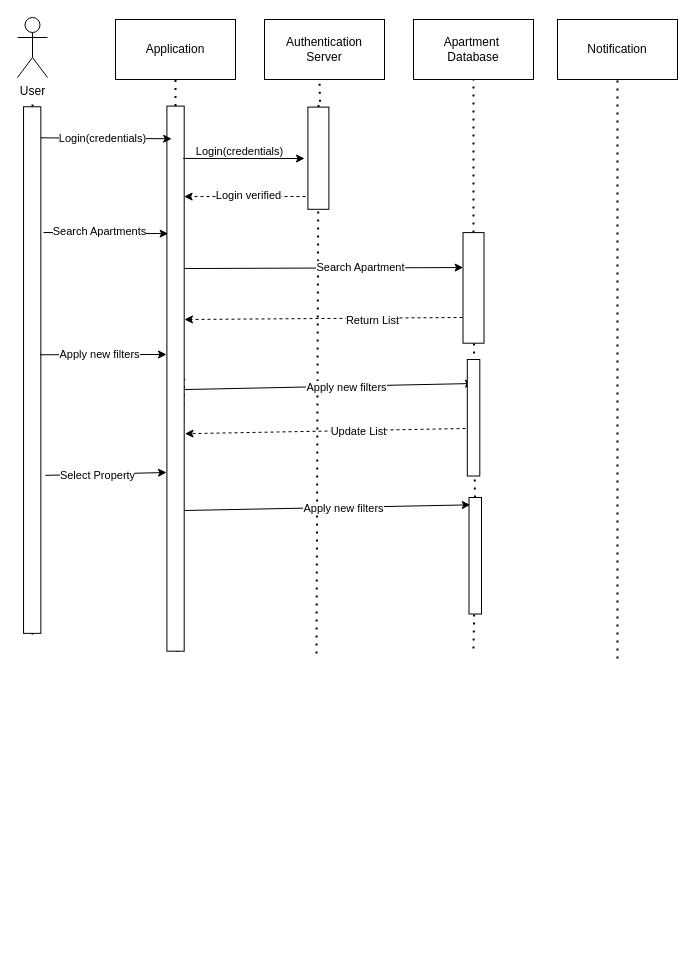
Above: page "Page-7" (7 of 7) of Untitled Diagram.drawio in VinaiRamadhin/COMP2606A1 (draw.io), before the change. Source tidied: cells renumbered, new cells numbered last; positions are measured from the earlier drawing's top-left corner, leaving out a move shared by most shapes. Both pictures are drawn from the tidied source at 100%, with x=0, y=0 at pixel (-232, 17).
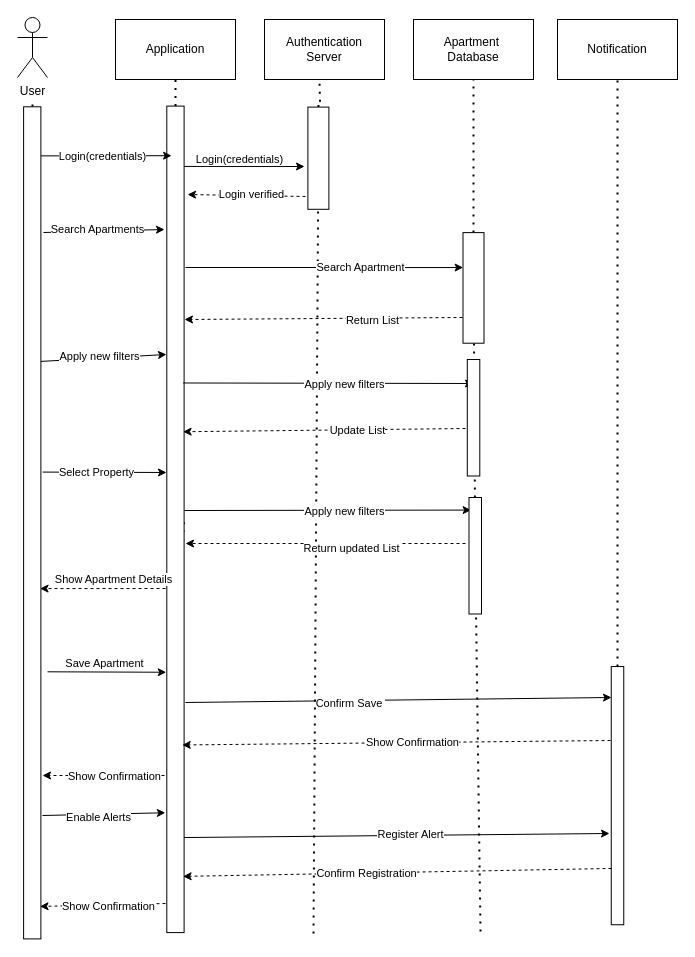
The same page after the edit.

Unchanged cells that the change refers to:
```xml
<mxCell id="6" value="Notification" style="rounded=0;whiteSpace=wrap;html=1;" parent="1" vertex="1">
  <mxGeometry x="789" y="2" width="120" height="60" as="geometry" />
</mxCell>
<mxCell id="17" style="rounded=0;whiteSpace=wrap;html=1;rotation=-90;" parent="1" vertex="1">
  <mxGeometry x="498.8" y="130.2" width="102.2" height="21" as="geometry" />
</mxCell>
<mxCell id="19" style="rounded=0;whiteSpace=wrap;html=1;rotation=-90;" parent="1" vertex="1">
  <mxGeometry x="649.7" y="259.9" width="110.6" height="21" as="geometry" />
</mxCell>
<mxCell id="44" style="rounded=0;whiteSpace=wrap;html=1;rotation=-90;" parent="1" vertex="1">
  <mxGeometry x="648.5" y="532" width="116.5" height="12.5" as="geometry" />
</mxCell>
```

The edit, as a diff of the source:
```diff
@@
-    <mxCell id="10" style="endArrow=none;dashed=1;html=1;dashPattern=1 3;strokeWidth=2;rounded=0;entryX=0.5;entryY=1;entryDx=0;entryDy=0;" parent="1" edge="1" target="6">
-      <mxGeometry relative="1" as="geometry">
-        <mxPoint x="849" y="641" as="sourcePoint" />
-      </mxGeometry>
+    <mxCell id="10" style="endArrow=none;dashed=1;html=1;dashPattern=1 3;strokeWidth=2;rounded=0;entryX=0.5;entryY=1;entryDx=0;entryDy=0;" parent="1" edge="1" source="52" target="6">
+      <mxGeometry relative="1" as="geometry" />
     </mxCell>
@@
     <mxCell id="12" style="rounded=0;whiteSpace=wrap;html=1;rotation=-90;" parent="1" vertex="1">
-      <mxGeometry x="0.4" y="343.9" width="526.6" height="17.3" as="geometry" />
+      <mxGeometry x="-152.3" y="496.7" width="832.1" height="17.3" as="geometry" />
     </mxCell>
@@
     <mxCell id="14" style="rounded=0;whiteSpace=wrap;html=1;rotation=-90;" parent="1" vertex="1">
-      <mxGeometry x="134.5" y="352.5" width="545.1" height="17.3" as="geometry" />
+      <mxGeometry x="-6.3" y="493.2" width="826.5" height="17.3" as="geometry" />
     </mxCell>
@@
     <mxCell id="16" style="endArrow=none;dashed=1;html=1;dashPattern=1 3;strokeWidth=2;rounded=0;" parent="1" edge="1" target="17">
       <mxGeometry relative="1" as="geometry">
-        <mxPoint x="548" y="636" as="sourcePoint" />
+        <mxPoint x="545" y="916" as="sourcePoint" />
       </mxGeometry>
     </mxCell>
@@
-    <mxCell id="22" style="endArrow=classic;html=1;rounded=0;exitX=0.904;exitY=0.943;exitDx=0;exitDy=0;exitPerimeter=0;" parent="1" edge="1" source="14">
+    <mxCell id="22" style="endArrow=classic;html=1;rounded=0;exitX=0.927;exitY=0.994;exitDx=0;exitDy=0;exitPerimeter=0;" parent="1" edge="1" source="14">
       <mxGeometry relative="1" as="geometry">
-        <mxPoint x="536" y="141" as="targetPoint" />
+        <mxPoint x="536" y="149" as="targetPoint" />
       </mxGeometry>
     </mxCell>
@@
-    <mxCell id="24" style="html=1;labelBackgroundColor=#ffffff;startArrow=none;startFill=0;startSize=6;endArrow=classic;endFill=1;endSize=6;jettySize=auto;strokeWidth=1;dashed=1;fontSize=14;rounded=0;entryX=0.834;entryY=0.994;entryDx=0;entryDy=0;entryPerimeter=0;" parent="1" edge="1" target="14">
+    <mxCell id="24" style="html=1;labelBackgroundColor=#ffffff;startArrow=none;startFill=0;startSize=6;endArrow=classic;endFill=1;endSize=6;jettySize=auto;strokeWidth=1;dashed=1;fontSize=14;rounded=0;entryX=0.893;entryY=1.2;entryDx=0;entryDy=0;entryPerimeter=0;" parent="1" edge="1" target="14">
       <mxGeometry relative="1" as="geometry">
         <mxPoint x="537" y="179" as="sourcePoint" />
       </mxGeometry>
     </mxCell>
@@
-    <mxCell id="26" style="endArrow=classic;html=1;rounded=0;entryX=0.766;entryY=0.07;entryDx=0;entryDy=0;entryPerimeter=0;" parent="1" edge="1" target="14">
+    <mxCell id="26" style="endArrow=classic;html=1;rounded=0;" parent="1" edge="1">
       <mxGeometry relative="1" as="geometry">
         <mxPoint x="275" y="215" as="sourcePoint" />
+        <mxPoint x="396" y="212" as="targetPoint" />
       </mxGeometry>
     </mxCell>
@@
-    <mxCell id="28" style="endArrow=classic;html=1;rounded=0;exitX=0.702;exitY=0.994;exitDx=0;exitDy=0;exitPerimeter=0;entryX=0.684;entryY=0.007;entryDx=0;entryDy=0;entryPerimeter=0;" parent="1" edge="1" source="14" target="19">
-      <mxGeometry relative="1" as="geometry" />
+    <mxCell id="28" style="endArrow=classic;html=1;rounded=0;entryX=0.684;entryY=0.007;entryDx=0;entryDy=0;entryPerimeter=0;" parent="1" edge="1" target="19">
+      <mxGeometry relative="1" as="geometry">
+        <mxPoint x="417" y="250" as="sourcePoint" />
+      </mxGeometry>
     </mxCell>
@@
-    <mxCell id="32" style="endArrow=classic;html=1;rounded=0;exitX=0.529;exitY=0.949;exitDx=0;exitDy=0;exitPerimeter=0;" parent="1" edge="1" source="12">
+    <mxCell id="32" style="endArrow=classic;html=1;rounded=0;exitX=0.694;exitY=1.001;exitDx=0;exitDy=0;exitPerimeter=0;" parent="1" edge="1" source="12">
       <mxGeometry relative="1" as="geometry">
         <mxPoint x="398" y="337" as="targetPoint" />
       </mxGeometry>
     </mxCell>
@@
-    <mxCell id="34" style="endArrow=classic;html=1;rounded=0;exitX=0.48;exitY=1.02;exitDx=0;exitDy=0;exitPerimeter=0;" parent="1" edge="1" source="14">
+    <mxCell id="34" style="endArrow=classic;html=1;rounded=0;exitX=0.665;exitY=0.943;exitDx=0;exitDy=0;exitPerimeter=0;" parent="1" edge="1" source="14">
       <mxGeometry relative="1" as="geometry">
         <mxPoint x="705" y="366" as="targetPoint" />
       </mxGeometry>
     </mxCell>
@@
-    <mxCell id="37" style="html=1;labelBackgroundColor=#ffffff;startArrow=none;startFill=0;startSize=6;endArrow=classic;endFill=1;endSize=6;jettySize=auto;strokeWidth=1;dashed=1;fontSize=14;rounded=0;entryX=0.399;entryY=1.046;entryDx=0;entryDy=0;entryPerimeter=0;" parent="1" edge="1" target="14">
+    <mxCell id="37" style="html=1;labelBackgroundColor=#ffffff;startArrow=none;startFill=0;startSize=6;endArrow=classic;endFill=1;endSize=6;jettySize=auto;strokeWidth=1;dashed=1;fontSize=14;rounded=0;entryX=0.606;entryY=0.943;entryDx=0;entryDy=0;entryPerimeter=0;" parent="1" edge="1" target="14">
       <mxGeometry relative="1" as="geometry">
         <mxPoint x="697" y="411" as="sourcePoint" />
       </mxGeometry>
     </mxCell>
@@
-    <mxCell id="39" style="endArrow=classic;html=1;rounded=0;exitX=0.3;exitY=1.258;exitDx=0;exitDy=0;exitPerimeter=0;" parent="1" edge="1" source="12">
+    <mxCell id="39" style="endArrow=classic;html=1;rounded=0;exitX=0.561;exitY=1.103;exitDx=0;exitDy=0;exitPerimeter=0;" parent="1" edge="1" source="12">
       <mxGeometry relative="1" as="geometry">
         <mxPoint x="398" y="455" as="targetPoint" />
       </mxGeometry>
     </mxCell>
@@
-    <mxCell id="41" style="endArrow=classic;html=1;rounded=0;exitX=0.48;exitY=1.02;exitDx=0;exitDy=0;exitPerimeter=0;entryX=0.937;entryY=0.102;entryDx=0;entryDy=0;entryPerimeter=0;" parent="1" edge="1" target="44">
+    <mxCell id="41" style="endArrow=classic;html=1;rounded=0;exitX=0.48;exitY=1.02;exitDx=0;exitDy=0;exitPerimeter=0;entryX=0.892;entryY=0.172;entryDx=0;entryDy=0;entryPerimeter=0;" parent="1" edge="1" target="44">
       <mxGeometry relative="1" as="geometry">
         <mxPoint x="416" y="493" as="sourcePoint" />
       </mxGeometry>
     </mxCell>
@@
     <mxCell id="43" style="endArrow=none;dashed=1;html=1;dashPattern=1 3;strokeWidth=2;rounded=0;" parent="1" edge="1" target="44">
       <mxGeometry relative="1" as="geometry">
-        <mxPoint x="705" y="631" as="sourcePoint" />
+        <mxPoint x="712" y="914" as="sourcePoint" />
       </mxGeometry>
     </mxCell>
@@
+    <mxCell id="45" style="html=1;labelBackgroundColor=#ffffff;startArrow=none;startFill=0;startSize=6;endArrow=classic;endFill=1;endSize=6;jettySize=auto;orthogonalLoop=1;strokeWidth=1;dashed=1;fontSize=14;rounded=0;" parent="1" edge="1">
+      <mxGeometry relative="1" as="geometry">
+        <mxPoint x="697" y="526" as="sourcePoint" />
+        <mxPoint x="417" y="526" as="targetPoint" />
+      </mxGeometry>
+    </mxCell>
+    <mxCell id="46" value="Return updated List" style="edgeLabel;html=1;align=center;verticalAlign=middle;" parent="45" vertex="1">
+      <mxGeometry x="-0.18" y="4" relative="1" as="geometry" />
+    </mxCell>
+    <mxCell id="47" style="html=1;labelBackgroundColor=#ffffff;startArrow=none;startFill=0;startSize=6;endArrow=classic;endFill=1;endSize=6;jettySize=auto;strokeWidth=1;dashed=1;fontSize=14;rounded=0;entryX=0.421;entryY=0.949;entryDx=0;entryDy=0;entryPerimeter=0;" parent="1" edge="1" target="12">
+      <mxGeometry relative="1" as="geometry">
+        <mxPoint x="397" y="571" as="sourcePoint" />
+      </mxGeometry>
+    </mxCell>
+    <mxCell id="48" value="Show Apartment Details" style="edgeLabel;html=1;align=center;verticalAlign=middle;" parent="47" vertex="1">
+      <mxGeometry x="-0.15" y="2" relative="1" as="geometry">
+        <mxPoint y="-12" as="offset" />
+      </mxGeometry>
+    </mxCell>
+    <mxCell id="49" style="endArrow=classic;html=1;rounded=0;exitX=0.321;exitY=1.155;exitDx=0;exitDy=0;exitPerimeter=0;entryX=0.315;entryY=-0.033;entryDx=0;entryDy=0;entryPerimeter=0;" parent="1" edge="1" target="14">
+      <mxGeometry relative="1" as="geometry">
+        <mxPoint x="279" y="654.3" as="sourcePoint" />
+      </mxGeometry>
+    </mxCell>
+    <mxCell id="50" value="Save Apartment" style="edgeLabel;html=1;align=center;verticalAlign=middle;" parent="49" vertex="1">
+      <mxGeometry x="0.35" y="1" relative="1" as="geometry">
+        <mxPoint x="-24" y="-8" as="offset" />
+      </mxGeometry>
+    </mxCell>
+    <mxCell id="51" style="endArrow=none;dashed=1;html=1;dashPattern=1 3;strokeWidth=2;rounded=0;" parent="1" edge="1">
+      <mxGeometry relative="1" as="geometry">
+        <mxPoint x="852" y="900" as="sourcePoint" />
+        <mxPoint x="849" y="707" as="targetPoint" />
+      </mxGeometry>
+    </mxCell>
+    <mxCell id="52" style="rounded=0;whiteSpace=wrap;html=1;rotation=-90;" parent="1" vertex="1">
+      <mxGeometry x="719.9" y="771.9" width="258.2" height="12.5" as="geometry" />
+    </mxCell>
+    <mxCell id="53" style="endArrow=classic;html=1;rounded=0;" parent="1" edge="1">
+      <mxGeometry relative="1" as="geometry">
+        <mxPoint x="417" y="685" as="sourcePoint" />
+        <mxPoint x="843" y="680" as="targetPoint" />
+      </mxGeometry>
+    </mxCell>
+    <mxCell id="54" value="Confirm Save&amp;nbsp;" style="edgeLabel;html=1;align=center;verticalAlign=middle;" parent="53" vertex="1">
+      <mxGeometry x="-0.23" y="-2" relative="1" as="geometry" />
+    </mxCell>
+    <mxCell id="55" style="html=1;labelBackgroundColor=#ffffff;startArrow=none;startFill=0;startSize=6;endArrow=classic;endFill=1;endSize=6;jettySize=auto;strokeWidth=1;dashed=1;fontSize=14;rounded=0;entryX=0.227;entryY=0.892;entryDx=0;entryDy=0;entryPerimeter=0;" parent="1" edge="1" target="14">
+      <mxGeometry relative="1" as="geometry">
+        <mxPoint x="842" y="723" as="sourcePoint" />
+      </mxGeometry>
+    </mxCell>
+    <mxCell id="56" value="Show Confirmation" style="edgeLabel;html=1;align=center;verticalAlign=middle;" parent="55" vertex="1">
+      <mxGeometry x="-0.07" y="-1" relative="1" as="geometry" />
+    </mxCell>
+    <mxCell id="57" style="html=1;labelBackgroundColor=#ffffff;startArrow=none;startFill=0;startSize=6;endArrow=classic;endFill=1;endSize=6;jettySize=auto;orthogonalLoop=1;strokeWidth=1;dashed=1;fontSize=14;rounded=0;" parent="1" edge="1">
+      <mxGeometry relative="1" as="geometry">
+        <mxPoint x="396" y="758" as="sourcePoint" />
+        <mxPoint x="274" y="758" as="targetPoint" />
+      </mxGeometry>
+    </mxCell>
+    <mxCell id="58" value="Show Confirmation" style="edgeLabel;html=1;align=center;verticalAlign=middle;" parent="57" vertex="1">
+      <mxGeometry x="-0.16" relative="1" as="geometry" />
+    </mxCell>
+    <mxCell id="59" style="endArrow=classic;html=1;rounded=0;entryX=0.145;entryY=-0.084;entryDx=0;entryDy=0;entryPerimeter=0;" parent="1" edge="1" target="14">
+      <mxGeometry relative="1" as="geometry">
+        <mxPoint x="274" y="798" as="sourcePoint" />
+      </mxGeometry>
+    </mxCell>
+    <mxCell id="60" value="Enable Alerts" style="edgeLabel;html=1;align=center;verticalAlign=middle;" parent="59" vertex="1">
+      <mxGeometry x="-0.43" y="-2" relative="1" as="geometry">
+        <mxPoint x="20" as="offset" />
+      </mxGeometry>
+    </mxCell>
+    <mxCell id="61" style="endArrow=classic;html=1;rounded=0;exitX=0.115;exitY=0.994;exitDx=0;exitDy=0;exitPerimeter=0;" parent="1" edge="1" source="14">
+      <mxGeometry relative="1" as="geometry">
+        <mxPoint x="841" y="816" as="targetPoint" />
+      </mxGeometry>
+    </mxCell>
+    <mxCell id="62" value="Register Alert" style="edgeLabel;html=1;align=center;verticalAlign=middle;" parent="61" vertex="1">
+      <mxGeometry x="0.06" y="1" relative="1" as="geometry" />
+    </mxCell>
+    <mxCell id="63" style="html=1;labelBackgroundColor=#ffffff;startArrow=none;startFill=0;startSize=6;endArrow=classic;endFill=1;endSize=6;jettySize=auto;strokeWidth=1;dashed=1;fontSize=14;rounded=0;exitX=0.218;exitY=0.022;exitDx=0;exitDy=0;exitPerimeter=0;entryX=0.068;entryY=0.943;entryDx=0;entryDy=0;entryPerimeter=0;" parent="1" edge="1" source="52" target="14">
+      <mxGeometry relative="1" as="geometry" />
+    </mxCell>
+    <mxCell id="64" value="Confirm Registration" style="edgeLabel;html=1;align=center;verticalAlign=middle;" parent="63" vertex="1">
+      <mxGeometry x="0.15" relative="1" as="geometry" />
+    </mxCell>
+    <mxCell id="65" style="html=1;labelBackgroundColor=#ffffff;startArrow=none;startFill=0;startSize=6;endArrow=classic;endFill=1;endSize=6;jettySize=auto;strokeWidth=1;dashed=1;fontSize=14;rounded=0;entryX=0.039;entryY=0.949;entryDx=0;entryDy=0;entryPerimeter=0;" parent="1" edge="1" target="12">
+      <mxGeometry relative="1" as="geometry">
+        <mxPoint x="397" y="886" as="sourcePoint" />
+      </mxGeometry>
+    </mxCell>
+    <mxCell id="66" value="Show Confirmation" style="edgeLabel;html=1;align=center;verticalAlign=middle;" parent="65" vertex="1">
+      <mxGeometry x="0.66" relative="1" as="geometry">
+        <mxPoint x="46" as="offset" />
+      </mxGeometry>
+    </mxCell>
```
